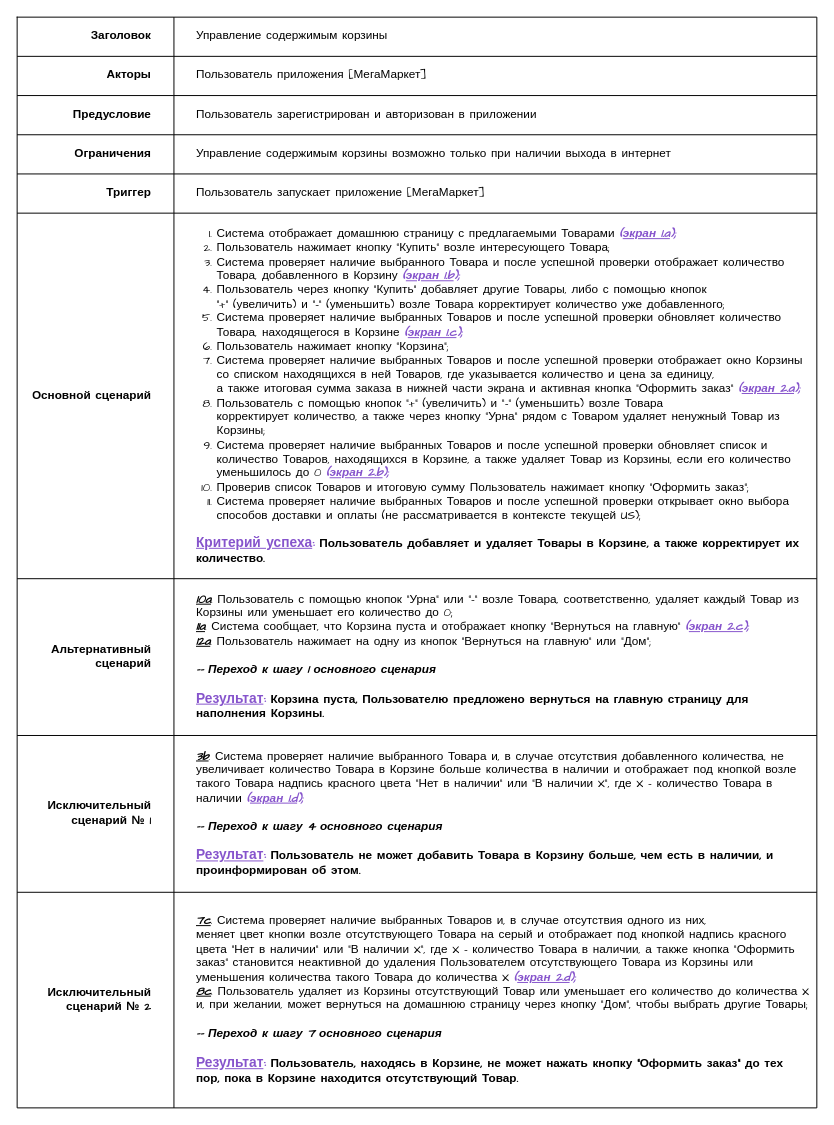
Earlier version of the draw.io diagram Ryabtsev_Alexander/T03_UseCase.drawio (abdullahproff/BSA21_1). Source tidied: cells renumbered, new cells numbered last; positions are measured from the earlier drawing's top-left corner, leaving out a move shared by most shapes. Both pictures are drawn from the tidied source at 98%, with x=0, y=0 at pixel (17, 17).
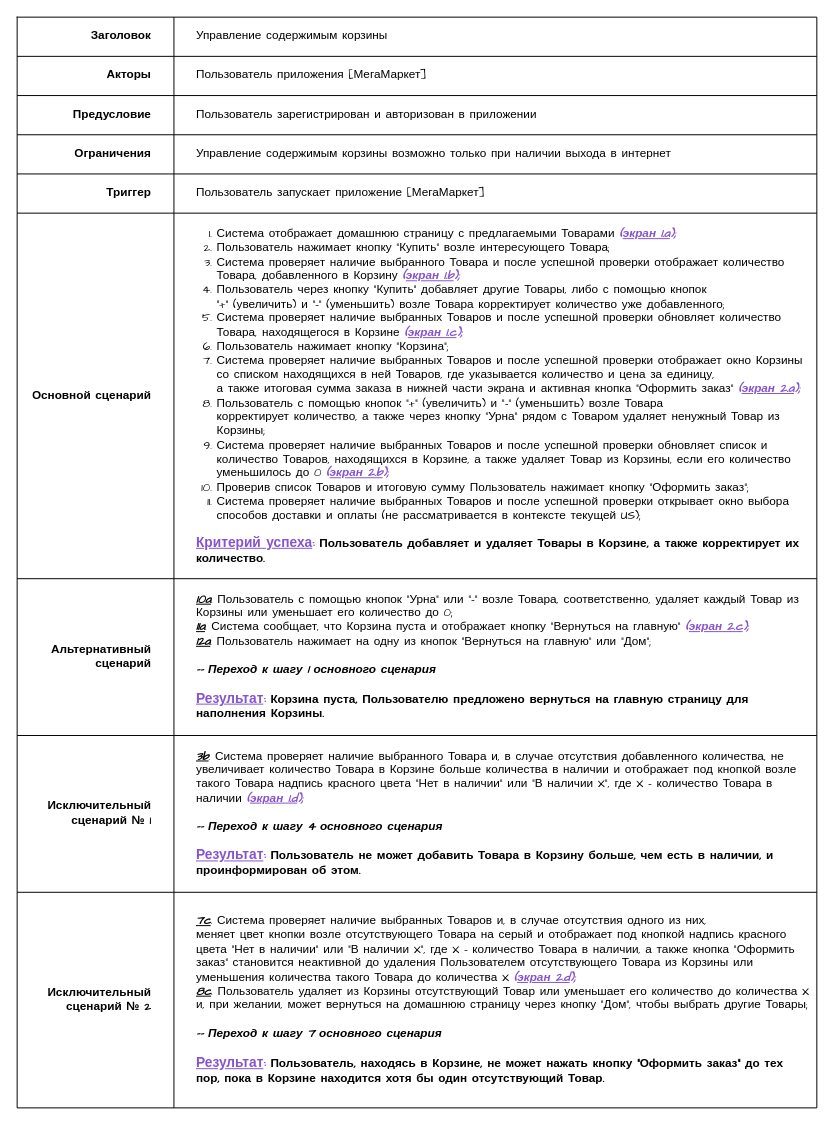
The same page after the edit.

Commit message (it also covers changes not shown here):
This commit fixes some typos

The change refers to these unchanged cells:
```xml
<mxCell id="27" style="shape=tableRow;horizontal=0;startSize=0;swimlaneHead=0;swimlaneBody=0;strokeColor=inherit;top=0;left=0;bottom=0;right=0;fillColor=none;fontFamily=Comic Sans MS;" parent="2" vertex="1">
  <mxGeometry y="893" width="816" height="220" as="geometry" />
</mxCell>
```

Diff of the diagram source:
```diff
@@
-    <mxCell id="29" value="&lt;div&gt;&lt;span style=&quot;background-color: initial;&quot;&gt;&lt;b&gt;&lt;u&gt;&lt;i&gt;7c&lt;/i&gt;&lt;/u&gt;&lt;/b&gt;.&amp;nbsp;&lt;/span&gt;&lt;span style=&quot;background-color: initial;&quot;&gt;Система проверяет наличие выбранных Товаров и, в случае отсутствия одного из них, меняет&amp;nbsp;&lt;/span&gt;&lt;span style=&quot;background-color: initial;&quot;&gt;цвет&amp;nbsp;&lt;/span&gt;&lt;span style=&quot;background-color: initial;&quot;&gt;кнопки&lt;/span&gt;&lt;span style=&quot;background-color: initial;&quot;&gt;&amp;nbsp;&lt;/span&gt;&lt;span style=&quot;background-color: initial;&quot;&gt;возле отсутствующего Товара на серый&lt;/span&gt;&lt;span style=&quot;background-color: initial;&quot;&gt;&amp;nbsp;и отображает&lt;/span&gt;&lt;span style=&quot;background-color: initial;&quot;&gt;&amp;nbsp;под кнопкой&lt;/span&gt;&lt;span style=&quot;background-color: initial;&quot;&gt;&amp;nbsp;надпись красного цвета&lt;/span&gt;&lt;span style=&quot;background-color: initial;&quot;&gt;&amp;nbsp;&lt;/span&gt;&lt;span style=&quot;background-color: initial;&quot;&gt;&quot;Нет в наличии&quot; или &quot;В наличии X&quot;, где X - количество Товара в наличии&lt;/span&gt;&lt;span style=&quot;background-color: initial;&quot;&gt;, а также кнопка &quot;Оформить заказ&quot; становится неактивной до удаления Пользователем отсутствующего Товара из Корзины или уменьшения количества такого Товара до количества X&amp;nbsp;&lt;/span&gt;&lt;b style=&quot;background-color: initial;&quot;&gt;&lt;i&gt;&lt;font color=&quot;#8654cc&quot;&gt;(&lt;font style=&quot;text-decoration-line: underline;&quot;&gt;экран 2.d&lt;/font&gt;);&lt;/font&gt;&lt;/i&gt;&lt;/b&gt;&lt;br&gt;&lt;/div&gt;&lt;div&gt;&lt;b style=&quot;background-color: initial;&quot;&gt;&lt;u&gt;&lt;i&gt;8c&lt;/i&gt;&lt;/u&gt;&lt;/b&gt;. Пользователь удаляет из Корзины отсутствующий Товар или уменьшает его количество до количества X и, при желании, может вернуться на домашнюю страницу через кнопку &quot;Дом&quot;, чтобы выбрать другие Товары;&lt;/div&gt;&lt;div&gt;&lt;br&gt;&lt;/div&gt;&lt;div&gt;&lt;i&gt;&lt;b&gt;-- Переход к шагу 7 основного сценария&lt;/b&gt;&lt;/i&gt;&lt;br&gt;&lt;/div&gt;&lt;div&gt;&lt;br&gt;&lt;/div&gt;&lt;div&gt;&lt;span style=&quot;background-color: initial;&quot;&gt;&lt;b&gt;&lt;font size=&quot;1&quot; color=&quot;#8654cc&quot;&gt;&lt;span style=&quot;font-size: 14px;&quot;&gt;&lt;u&gt;Результат&lt;/u&gt;:&lt;/span&gt;&lt;/font&gt;&lt;/b&gt;&lt;/span&gt;&lt;b style=&quot;background-color: initial;&quot;&gt;&amp;nbsp;&lt;/b&gt;&lt;b style=&quot;background-color: initial;&quot;&gt;Пользователь, находясь в Корзине, не может нажать кнопку &quot;Оформить заказ&quot; до тех пор, пока в Корзине находится отсутствующий Товар.&lt;/b&gt;&lt;/div&gt;" style="shape=partialRectangle;html=1;whiteSpace=wrap;strokeColor=inherit;overflow=hidden;fillColor=none;top=0;left=0;bottom=0;right=0;align=left;spacingLeft=21;spacingRight=7;fontFamily=Comic Sans MS;" parent="27" vertex="1">
+    <mxCell id="29" value="&lt;div&gt;&lt;span style=&quot;background-color: initial;&quot;&gt;&lt;b&gt;&lt;u&gt;&lt;i&gt;7c&lt;/i&gt;&lt;/u&gt;&lt;/b&gt;.&amp;nbsp;&lt;/span&gt;&lt;span style=&quot;background-color: initial;&quot;&gt;Система проверяет наличие выбранных Товаров и, в случае отсутствия одного из них, меняет&amp;nbsp;&lt;/span&gt;&lt;span style=&quot;background-color: initial;&quot;&gt;цвет&amp;nbsp;&lt;/span&gt;&lt;span style=&quot;background-color: initial;&quot;&gt;кнопки&lt;/span&gt;&lt;span style=&quot;background-color: initial;&quot;&gt;&amp;nbsp;&lt;/span&gt;&lt;span style=&quot;background-color: initial;&quot;&gt;возле отсутствующего Товара на серый&lt;/span&gt;&lt;span style=&quot;background-color: initial;&quot;&gt;&amp;nbsp;и отображает&lt;/span&gt;&lt;span style=&quot;background-color: initial;&quot;&gt;&amp;nbsp;под кнопкой&lt;/span&gt;&lt;span style=&quot;background-color: initial;&quot;&gt;&amp;nbsp;надпись красного цвета&lt;/span&gt;&lt;span style=&quot;background-color: initial;&quot;&gt;&amp;nbsp;&lt;/span&gt;&lt;span style=&quot;background-color: initial;&quot;&gt;&quot;Нет в наличии&quot; или &quot;В наличии X&quot;, где X - количество Товара в наличии&lt;/span&gt;&lt;span style=&quot;background-color: initial;&quot;&gt;, а также кнопка &quot;Оформить заказ&quot; становится неактивной до удаления Пользователем отсутствующего Товара из Корзины или уменьшения количества такого Товара до количества X&amp;nbsp;&lt;/span&gt;&lt;b style=&quot;background-color: initial;&quot;&gt;&lt;i&gt;&lt;font color=&quot;#8654cc&quot;&gt;(&lt;font style=&quot;text-decoration-line: underline;&quot;&gt;экран 2.d&lt;/font&gt;);&lt;/font&gt;&lt;/i&gt;&lt;/b&gt;&lt;br&gt;&lt;/div&gt;&lt;div&gt;&lt;b style=&quot;background-color: initial;&quot;&gt;&lt;u&gt;&lt;i&gt;8c&lt;/i&gt;&lt;/u&gt;&lt;/b&gt;. Пользователь удаляет из Корзины отсутствующий Товар или уменьшает его количество до количества X и, при желании, может вернуться на домашнюю страницу через кнопку &quot;Дом&quot;, чтобы выбрать другие Товары;&lt;/div&gt;&lt;div&gt;&lt;br&gt;&lt;/div&gt;&lt;div&gt;&lt;i&gt;&lt;b&gt;-- Переход к шагу 7 основного сценария&lt;/b&gt;&lt;/i&gt;&lt;br&gt;&lt;/div&gt;&lt;div&gt;&lt;br&gt;&lt;/div&gt;&lt;div&gt;&lt;span style=&quot;background-color: initial;&quot;&gt;&lt;b&gt;&lt;font size=&quot;1&quot; color=&quot;#8654cc&quot;&gt;&lt;span style=&quot;font-size: 14px;&quot;&gt;&lt;u&gt;Результат&lt;/u&gt;:&lt;/span&gt;&lt;/font&gt;&lt;/b&gt;&lt;/span&gt;&lt;b style=&quot;background-color: initial;&quot;&gt;&amp;nbsp;&lt;/b&gt;&lt;b style=&quot;background-color: initial;&quot;&gt;Пользователь, находясь в Корзине, не может нажать кнопку &quot;Оформить заказ&quot; до тех пор, пока в Корзине находится хотя бы один отсутствующий Товар.&lt;/b&gt;&lt;/div&gt;" style="shape=partialRectangle;html=1;whiteSpace=wrap;strokeColor=inherit;overflow=hidden;fillColor=none;top=0;left=0;bottom=0;right=0;align=left;spacingLeft=21;spacingRight=7;fontFamily=Comic Sans MS;" parent="27" vertex="1">
       <mxGeometry x="160" width="656" height="220" as="geometry" />
     </mxCell>
```
